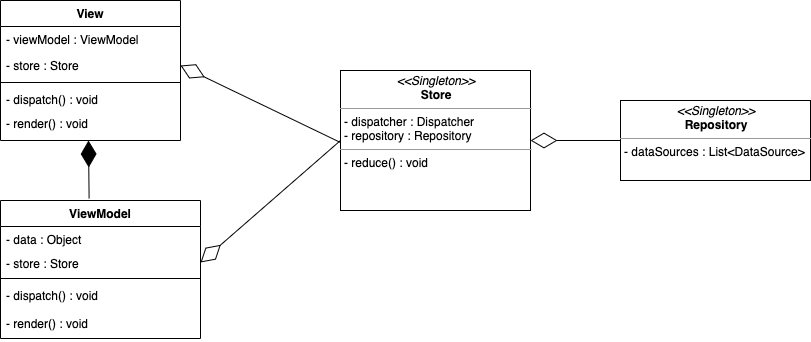
Before: resources/diagram_class.png, a diagram exported from draw.io (lamphama2/mvi_base). Source tidied: cells renumbered, new cells last; positions are measured from the earlier drawing's top-left corner, leaving out a move shared by most shapes. Source of this version:
```xml
<mxGraphModel>
  <root>
    <mxCell id="0" />
    <mxCell id="1" parent="0" />
    <mxCell id="2" value="View" style="swimlane;fontStyle=1;align=center;verticalAlign=top;horizontal=1;startSize=26;" parent="1" vertex="1">
      <mxGeometry width="180" height="140" as="geometry" />
    </mxCell>
    <mxCell id="3" value="- viewModel : ViewModel" style="text;strokeColor=none;fillColor=none;align=left;verticalAlign=top;spacingLeft=4;spacingRight=4;overflow=hidden;" parent="2" vertex="1">
      <mxGeometry y="26" width="180" height="26" as="geometry" />
    </mxCell>
    <mxCell id="4" value="- store : Store&#10;" style="text;strokeColor=none;fillColor=none;align=left;verticalAlign=top;spacingLeft=4;spacingRight=4;overflow=hidden;points=[[0,0.5],[1,0.5]];portConstraint=eastwest;" parent="2" vertex="1">
      <mxGeometry y="52" width="180" height="26" as="geometry" />
    </mxCell>
    <mxCell id="5" style="line;strokeWidth=1;fillColor=none;align=left;verticalAlign=middle;spacingTop=-1;spacingLeft=3;spacingRight=3;labelPosition=right;" parent="2" vertex="1">
      <mxGeometry y="78" width="180" height="8" as="geometry" />
    </mxCell>
    <mxCell id="6" value="- dispatch() : void" style="text;strokeColor=none;fillColor=none;align=left;verticalAlign=top;spacingLeft=4;spacingRight=4;overflow=hidden;" parent="2" vertex="1">
      <mxGeometry y="86" width="180" height="24" as="geometry" />
    </mxCell>
    <mxCell id="7" value="- render() : void" style="text;strokeColor=none;fillColor=none;align=left;verticalAlign=top;spacingLeft=4;spacingRight=4;overflow=hidden;points=[[0,0.5],[1,0.5]];portConstraint=eastwest;" parent="2" vertex="1">
      <mxGeometry y="110" width="180" height="30" as="geometry" />
    </mxCell>
    <mxCell id="8" value="ViewModel" style="swimlane;fontStyle=1;align=center;verticalAlign=top;horizontal=1;startSize=26;" parent="1" vertex="1">
      <mxGeometry y="200" width="200" height="138" as="geometry" />
    </mxCell>
    <mxCell id="9" value="- data : Object" style="text;strokeColor=none;fillColor=none;align=left;verticalAlign=top;spacingLeft=4;spacingRight=4;overflow=hidden;" parent="8" vertex="1">
      <mxGeometry y="26" width="200" height="24" as="geometry" />
    </mxCell>
    <mxCell id="10" value="- store : Store" style="text;strokeColor=none;fillColor=none;align=left;verticalAlign=top;spacingLeft=4;spacingRight=4;overflow=hidden;points=[[0,0.5],[1,0.5]];portConstraint=eastwest;" parent="8" vertex="1">
      <mxGeometry y="50" width="200" height="24" as="geometry" />
    </mxCell>
    <mxCell id="11" style="line;strokeWidth=1;fillColor=none;align=left;verticalAlign=middle;spacingTop=-1;spacingLeft=3;spacingRight=3;labelPosition=right;" parent="8" vertex="1">
      <mxGeometry y="74" width="200" height="8" as="geometry" />
    </mxCell>
    <mxCell id="12" value="- dispatch() : void" style="text;strokeColor=none;fillColor=none;align=left;verticalAlign=top;spacingLeft=4;spacingRight=4;overflow=hidden;" parent="8" vertex="1">
      <mxGeometry y="82" width="200" height="28" as="geometry" />
    </mxCell>
    <mxCell id="13" value="- render() : void" style="text;strokeColor=none;fillColor=none;align=left;verticalAlign=top;spacingLeft=4;spacingRight=4;overflow=hidden;" parent="8" vertex="1">
      <mxGeometry y="110" width="200" height="28" as="geometry" />
    </mxCell>
    <mxCell id="14" style="endArrow=diamondThin;endFill=1;endSize=24;html=1;exitX=0.443;exitY=-0.016;exitDx=0;exitDy=0;exitPerimeter=0;" parent="1" edge="1" source="8">
      <mxGeometry relative="1" as="geometry">
        <mxPoint x="88" y="140" as="targetPoint" />
      </mxGeometry>
    </mxCell>
    <mxCell id="15" style="endArrow=diamondThin;endFill=0;endSize=24;html=1;entryX=1;entryY=0.5;entryDx=0;entryDy=0;" parent="1" edge="1" target="4">
      <mxGeometry relative="1" as="geometry">
        <mxPoint x="340" y="142" as="sourcePoint" />
      </mxGeometry>
    </mxCell>
    <mxCell id="16" style="endArrow=diamondThin;endFill=0;endSize=24;html=1;exitX=0;exitY=0.5;exitDx=0;exitDy=0;entryX=1;entryY=0.5;entryDx=0;entryDy=0;" parent="1" edge="1" source="18" target="10">
      <mxGeometry relative="1" as="geometry" />
    </mxCell>
    <mxCell id="17" style="endArrow=diamondThin;endFill=0;endSize=24;html=1;entryX=1;entryY=0.5;entryDx=0;entryDy=0;exitX=0;exitY=0.5;exitDx=0;exitDy=0;" parent="1" edge="1" source="19" target="18">
      <mxGeometry relative="1" as="geometry" />
    </mxCell>
    <mxCell id="18" value="&lt;p style=&quot;margin: 0px ; margin-top: 4px ; text-align: center&quot;&gt;&lt;i&gt;&amp;lt;&amp;lt;Singleton&amp;gt;&amp;gt;&lt;/i&gt;&lt;br&gt;&lt;b&gt;Store&lt;/b&gt;&lt;/p&gt;&lt;hr size=&quot;1&quot;&gt;&lt;p style=&quot;margin: 0px ; margin-left: 4px&quot;&gt;- dispatcher : Dispatcher&lt;br&gt;- repository : Repository&lt;/p&gt;&lt;hr size=&quot;1&quot;&gt;&lt;p style=&quot;margin: 0px ; margin-left: 4px&quot;&gt;- reduce() : void&lt;/p&gt;" style="verticalAlign=top;align=left;overflow=fill;fontSize=12;fontFamily=Helvetica;html=1;" parent="1" vertex="1">
      <mxGeometry x="340" y="70" width="190" height="140" as="geometry" />
    </mxCell>
    <mxCell id="19" value="&lt;p style=&quot;margin: 0px ; margin-top: 4px ; text-align: center&quot;&gt;&lt;i&gt;&amp;lt;&amp;lt;Singleton&amp;gt;&amp;gt;&lt;/i&gt;&lt;br&gt;&lt;b&gt;Repository&lt;/b&gt;&lt;/p&gt;&lt;hr size=&quot;1&quot;&gt;&lt;p style=&quot;margin: 0px ; margin-left: 4px&quot;&gt;- dataSources : List&amp;lt;DataSource&amp;gt;&lt;/p&gt;&lt;p style=&quot;margin: 0px ; margin-left: 4px&quot;&gt;&lt;br&gt;&lt;/p&gt;" style="verticalAlign=top;align=left;overflow=fill;fontSize=12;fontFamily=Helvetica;html=1;" parent="1" vertex="1">
      <mxGeometry x="620" y="100" width="190" height="80" as="geometry" />
    </mxCell>
  </root>
</mxGraphModel>
```
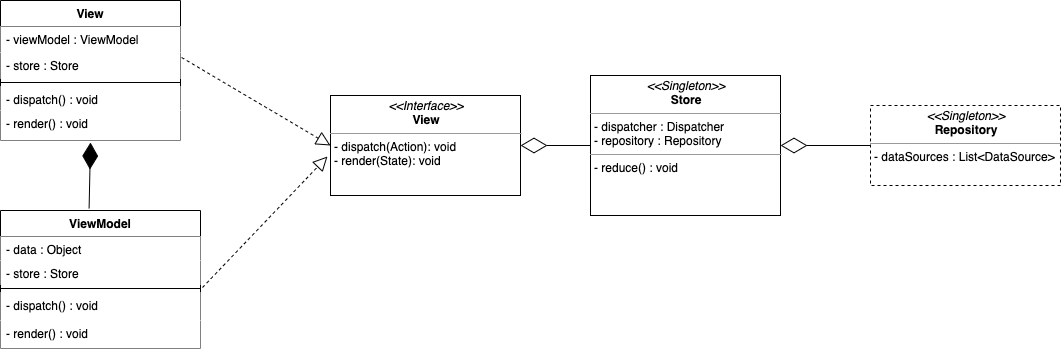
Above is the later version.

Commit message:
fix: diagram class

What changed in the source:
```diff
@@ -2,63 +2,65 @@
   <root>
     <mxCell id="0" />
     <mxCell id="1" parent="0" />
+    <mxCell id="14" style="endArrow=diamondThin;endFill=1;endSize=24;html=1;exitX=0.443;exitY=-0.016;exitDx=0;exitDy=0;exitPerimeter=0;entryX=0.5;entryY=1.067;entryDx=0;entryDy=0;entryPerimeter=0;" parent="1" edge="1" source="8" target="7">
+      <mxGeometry relative="1" as="geometry" />
+    </mxCell>
+    <mxCell id="16" style="endArrow=diamondThin;endFill=0;endSize=24;html=1;exitX=0;exitY=0.5;exitDx=0;exitDy=0;entryX=1;entryY=0.5;entryDx=0;entryDy=0;" parent="1" edge="1" source="18" target="20">
+      <mxGeometry relative="1" as="geometry" />
+    </mxCell>
+    <mxCell id="17" style="endArrow=diamondThin;endFill=0;endSize=24;html=1;entryX=1;entryY=0.5;entryDx=0;entryDy=0;exitX=0;exitY=0.5;exitDx=0;exitDy=0;" parent="1" edge="1" source="19" target="18">
+      <mxGeometry relative="1" as="geometry" />
+    </mxCell>
+    <mxCell id="18" value="&lt;p style=&quot;margin: 0px ; margin-top: 4px ; text-align: center&quot;&gt;&lt;i&gt;&amp;lt;&amp;lt;Singleton&amp;gt;&amp;gt;&lt;/i&gt;&lt;br&gt;&lt;b&gt;Store&lt;/b&gt;&lt;/p&gt;&lt;hr size=&quot;1&quot;&gt;&lt;p style=&quot;margin: 0px ; margin-left: 4px&quot;&gt;- dispatcher : Dispatcher&lt;br&gt;- repository : Repository&lt;/p&gt;&lt;hr size=&quot;1&quot;&gt;&lt;p style=&quot;margin: 0px ; margin-left: 4px&quot;&gt;- reduce() : void&lt;/p&gt;" style="verticalAlign=top;align=left;overflow=fill;fontSize=12;fontFamily=Helvetica;html=1;" parent="1" vertex="1">
+      <mxGeometry x="590" y="45" width="190" height="140" as="geometry" />
+    </mxCell>
+    <mxCell id="19" value="&lt;p style=&quot;margin: 0px ; margin-top: 4px ; text-align: center&quot;&gt;&lt;i&gt;&amp;lt;&amp;lt;Singleton&amp;gt;&amp;gt;&lt;/i&gt;&lt;br&gt;&lt;b&gt;Repository&lt;/b&gt;&lt;/p&gt;&lt;hr size=&quot;1&quot;&gt;&lt;p style=&quot;margin: 0px ; margin-left: 4px&quot;&gt;- dataSources : List&amp;lt;DataSource&amp;gt;&lt;/p&gt;&lt;p style=&quot;margin: 0px ; margin-left: 4px&quot;&gt;&lt;br&gt;&lt;/p&gt;" style="verticalAlign=top;align=left;overflow=fill;fontSize=12;fontFamily=Helvetica;html=1;dashed=1;" parent="1" vertex="1">
+      <mxGeometry x="870" y="75" width="190" height="80" as="geometry" />
+    </mxCell>
+    <mxCell id="20" value="&lt;p style=&quot;margin: 0px ; margin-top: 4px ; text-align: center&quot;&gt;&lt;i&gt;&amp;lt;&amp;lt;Interface&amp;gt;&amp;gt;&lt;/i&gt;&lt;br&gt;&lt;b&gt;View&lt;/b&gt;&lt;/p&gt;&lt;hr size=&quot;1&quot;&gt;&lt;p style=&quot;margin: 0px ; margin-left: 4px&quot;&gt;- dispatch(Action): void&lt;br&gt;- render(State): void&lt;/p&gt;" style="verticalAlign=top;align=left;overflow=fill;fontSize=12;fontFamily=Helvetica;html=1;" parent="1" vertex="1">
+      <mxGeometry x="330" y="65" width="190" height="100" as="geometry" />
+    </mxCell>
-    <mxCell id="2" value="View" style="swimlane;fontStyle=1;align=center;verticalAlign=top;horizontal=1;startSize=26;" parent="1" vertex="1">
-      <mxGeometry width="180" height="140" as="geometry" />
+    <mxCell id="2" value="View" style="swimlane;fontStyle=1;align=center;verticalAlign=top;horizontal=1;startSize=26;fillColor=#FFFFFF;" parent="1" vertex="1">
+      <mxGeometry y="-30" width="180" height="140" as="geometry" />
     </mxCell>
-    <mxCell id="3" value="- viewModel : ViewModel" style="text;strokeColor=none;fillColor=none;align=left;verticalAlign=top;spacingLeft=4;spacingRight=4;overflow=hidden;" parent="2" vertex="1">
+    <mxCell id="3" value="- viewModel : ViewModel" style="text;strokeColor=none;align=left;verticalAlign=top;spacingLeft=4;spacingRight=4;overflow=hidden;fillColor=#ffffff;" parent="2" vertex="1">
       <mxGeometry y="26" width="180" height="26" as="geometry" />
     </mxCell>
-    <mxCell id="4" value="- store : Store&#10;" style="text;strokeColor=none;fillColor=none;align=left;verticalAlign=top;spacingLeft=4;spacingRight=4;overflow=hidden;points=[[0,0.5],[1,0.5]];portConstraint=eastwest;" parent="2" vertex="1">
+    <mxCell id="4" value="- store : Store&#10;" style="text;strokeColor=none;align=left;verticalAlign=top;spacingLeft=4;spacingRight=4;overflow=hidden;points=[[0,0.5],[1,0.5]];portConstraint=eastwest;fillColor=#ffffff;" parent="2" vertex="1">
       <mxGeometry y="52" width="180" height="26" as="geometry" />
     </mxCell>
     <mxCell id="5" style="line;strokeWidth=1;fillColor=none;align=left;verticalAlign=middle;spacingTop=-1;spacingLeft=3;spacingRight=3;labelPosition=right;" parent="2" vertex="1">
       <mxGeometry y="78" width="180" height="8" as="geometry" />
     </mxCell>
-    <mxCell id="6" value="- dispatch() : void" style="text;strokeColor=none;fillColor=none;align=left;verticalAlign=top;spacingLeft=4;spacingRight=4;overflow=hidden;" parent="2" vertex="1">
+    <mxCell id="6" value="- dispatch() : void" style="text;strokeColor=none;align=left;verticalAlign=top;spacingLeft=4;spacingRight=4;overflow=hidden;fillColor=#ffffff;" parent="2" vertex="1">
       <mxGeometry y="86" width="180" height="24" as="geometry" />
     </mxCell>
-    <mxCell id="7" value="- render() : void" style="text;strokeColor=none;fillColor=none;align=left;verticalAlign=top;spacingLeft=4;spacingRight=4;overflow=hidden;points=[[0,0.5],[1,0.5]];portConstraint=eastwest;" parent="2" vertex="1">
+    <mxCell id="7" value="- render() : void" style="text;strokeColor=none;align=left;verticalAlign=top;spacingLeft=4;spacingRight=4;overflow=hidden;points=[[0,0.5],[1,0.5]];portConstraint=eastwest;fillColor=#ffffff;" parent="2" vertex="1">
       <mxGeometry y="110" width="180" height="30" as="geometry" />
     </mxCell>
-    <mxCell id="8" value="ViewModel" style="swimlane;fontStyle=1;align=center;verticalAlign=top;horizontal=1;startSize=26;" parent="1" vertex="1">
-      <mxGeometry y="200" width="200" height="138" as="geometry" />
+    <mxCell id="8" value="ViewModel" style="swimlane;fontStyle=1;align=center;verticalAlign=top;horizontal=1;startSize=26;fillColor=#FFFFFF;" parent="1" vertex="1">
+      <mxGeometry y="180" width="200" height="138" as="geometry" />
     </mxCell>
-    <mxCell id="9" value="- data : Object" style="text;strokeColor=none;fillColor=none;align=left;verticalAlign=top;spacingLeft=4;spacingRight=4;overflow=hidden;" parent="8" vertex="1">
+    <mxCell id="9" value="- data : Object" style="text;strokeColor=none;align=left;verticalAlign=top;spacingLeft=4;spacingRight=4;overflow=hidden;fillColor=#ffffff;" parent="8" vertex="1">
       <mxGeometry y="26" width="200" height="24" as="geometry" />
     </mxCell>
-    <mxCell id="10" value="- store : Store" style="text;strokeColor=none;fillColor=none;align=left;verticalAlign=top;spacingLeft=4;spacingRight=4;overflow=hidden;points=[[0,0.5],[1,0.5]];portConstraint=eastwest;" parent="8" vertex="1">
+    <mxCell id="10" value="- store : Store" style="text;strokeColor=none;align=left;verticalAlign=top;spacingLeft=4;spacingRight=4;overflow=hidden;points=[[0,0.5],[1,0.5]];portConstraint=eastwest;fillColor=#ffffff;" parent="8" vertex="1">
       <mxGeometry y="50" width="200" height="24" as="geometry" />
     </mxCell>
     <mxCell id="11" style="line;strokeWidth=1;fillColor=none;align=left;verticalAlign=middle;spacingTop=-1;spacingLeft=3;spacingRight=3;labelPosition=right;" parent="8" vertex="1">
       <mxGeometry y="74" width="200" height="8" as="geometry" />
     </mxCell>
-    <mxCell id="12" value="- dispatch() : void" style="text;strokeColor=none;fillColor=none;align=left;verticalAlign=top;spacingLeft=4;spacingRight=4;overflow=hidden;" parent="8" vertex="1">
+    <mxCell id="12" value="- dispatch() : void" style="text;strokeColor=none;align=left;verticalAlign=top;spacingLeft=4;spacingRight=4;overflow=hidden;fillColor=#ffffff;" parent="8" vertex="1">
       <mxGeometry y="82" width="200" height="28" as="geometry" />
     </mxCell>
-    <mxCell id="13" value="- render() : void" style="text;strokeColor=none;fillColor=none;align=left;verticalAlign=top;spacingLeft=4;spacingRight=4;overflow=hidden;" parent="8" vertex="1">
+    <mxCell id="13" value="- render() : void" style="text;strokeColor=none;align=left;verticalAlign=top;spacingLeft=4;spacingRight=4;overflow=hidden;fillColor=#ffffff;" parent="8" vertex="1">
       <mxGeometry y="110" width="200" height="28" as="geometry" />
     </mxCell>
-    <mxCell id="14" style="endArrow=diamondThin;endFill=1;endSize=24;html=1;exitX=0.443;exitY=-0.016;exitDx=0;exitDy=0;exitPerimeter=0;" parent="1" edge="1" source="8">
-      <mxGeometry relative="1" as="geometry">
-        <mxPoint x="88" y="140" as="targetPoint" />
-      </mxGeometry>
-    </mxCell>
-    <mxCell id="15" style="endArrow=diamondThin;endFill=0;endSize=24;html=1;entryX=1;entryY=0.5;entryDx=0;entryDy=0;" parent="1" edge="1" target="4">
-      <mxGeometry relative="1" as="geometry">
-        <mxPoint x="340" y="142" as="sourcePoint" />
-      </mxGeometry>
-    </mxCell>
-    <mxCell id="16" style="endArrow=diamondThin;endFill=0;endSize=24;html=1;exitX=0;exitY=0.5;exitDx=0;exitDy=0;entryX=1;entryY=0.5;entryDx=0;entryDy=0;" parent="1" edge="1" source="18" target="10">
-      <mxGeometry relative="1" as="geometry" />
-    </mxCell>
-    <mxCell id="17" style="endArrow=diamondThin;endFill=0;endSize=24;html=1;entryX=1;entryY=0.5;entryDx=0;entryDy=0;exitX=0;exitY=0.5;exitDx=0;exitDy=0;" parent="1" edge="1" source="19" target="18">
-      <mxGeometry relative="1" as="geometry" />
-    </mxCell>
-    <mxCell id="18" value="&lt;p style=&quot;margin: 0px ; margin-top: 4px ; text-align: center&quot;&gt;&lt;i&gt;&amp;lt;&amp;lt;Singleton&amp;gt;&amp;gt;&lt;/i&gt;&lt;br&gt;&lt;b&gt;Store&lt;/b&gt;&lt;/p&gt;&lt;hr size=&quot;1&quot;&gt;&lt;p style=&quot;margin: 0px ; margin-left: 4px&quot;&gt;- dispatcher : Dispatcher&lt;br&gt;- repository : Repository&lt;/p&gt;&lt;hr size=&quot;1&quot;&gt;&lt;p style=&quot;margin: 0px ; margin-left: 4px&quot;&gt;- reduce() : void&lt;/p&gt;" style="verticalAlign=top;align=left;overflow=fill;fontSize=12;fontFamily=Helvetica;html=1;" parent="1" vertex="1">
-      <mxGeometry x="340" y="70" width="190" height="140" as="geometry" />
-    </mxCell>
-    <mxCell id="19" value="&lt;p style=&quot;margin: 0px ; margin-top: 4px ; text-align: center&quot;&gt;&lt;i&gt;&amp;lt;&amp;lt;Singleton&amp;gt;&amp;gt;&lt;/i&gt;&lt;br&gt;&lt;b&gt;Repository&lt;/b&gt;&lt;/p&gt;&lt;hr size=&quot;1&quot;&gt;&lt;p style=&quot;margin: 0px ; margin-left: 4px&quot;&gt;- dataSources : List&amp;lt;DataSource&amp;gt;&lt;/p&gt;&lt;p style=&quot;margin: 0px ; margin-left: 4px&quot;&gt;&lt;br&gt;&lt;/p&gt;" style="verticalAlign=top;align=left;overflow=fill;fontSize=12;fontFamily=Helvetica;html=1;" parent="1" vertex="1">
-      <mxGeometry x="620" y="100" width="190" height="80" as="geometry" />
-    </mxCell>
+    <mxCell id="21" style="endArrow=block;dashed=1;endFill=0;endSize=12;html=1;exitX=1.006;exitY=0.192;exitDx=0;exitDy=0;exitPerimeter=0;entryX=0;entryY=0.5;entryDx=0;entryDy=0;" parent="1" edge="1" source="4" target="20">
+      <mxGeometry relative="1" as="geometry" />
+    </mxCell>
+    <mxCell id="22" style="endArrow=block;dashed=1;endFill=0;endSize=12;html=1;exitX=1.01;exitY=1.125;exitDx=0;exitDy=0;exitPerimeter=0;entryX=-0.016;entryY=0.61;entryDx=0;entryDy=0;entryPerimeter=0;" parent="1" edge="1" source="10" target="20">
+      <mxGeometry relative="1" as="geometry" />
+    </mxCell>
   </root>
 </mxGraphModel>
```
